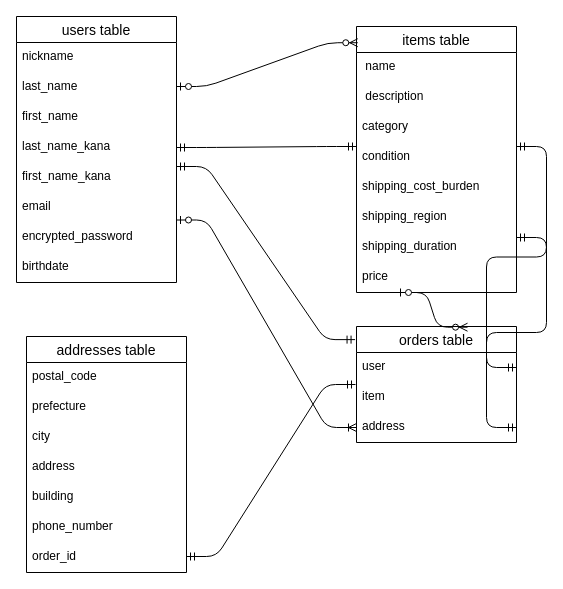
This is ER.dio from ootakito/furima-40505, a draw.io file, before an edit. Source tidied: cells renumbered, new cells numbered last; positions are measured from the earlier drawing's top-left corner, leaving out a move shared by most shapes. Both pictures are drawn from the tidied source at 100%, with x=0, y=0 at pixel (16, 16).
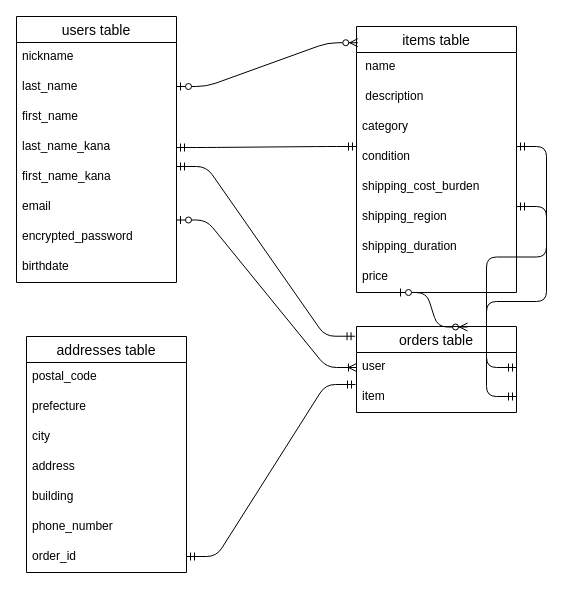
The same page after the edit.

Unchanged cells that the change refers to:
```xml
<mxCell id="22" value="user" style="text;strokeColor=none;fillColor=none;spacingLeft=4;spacingRight=4;overflow=hidden;points=[[0,0.5],[1,0.5]];portConstraint=eastwest;fontSize=12;" parent="21" vertex="1">
  <mxGeometry y="26" width="160" height="30" as="geometry" />
</mxCell>
```

Diff of the diagram source:
```diff
@@
     <mxCell id="21" value="orders table" style="swimlane;fontStyle=0;horizontal=1;startSize=26;align=center;fontSize=14;strokeColor=default;fillColor=none;" parent="1" vertex="1">
-      <mxGeometry x="340" y="310" width="160" height="116" as="geometry" />
+      <mxGeometry x="340" y="310" width="160" height="86" as="geometry" />
     </mxCell>
@@
-    <mxCell id="24" value="address" style="text;strokeColor=none;fillColor=none;spacingLeft=4;spacingRight=4;overflow=hidden;points=[[0,0.5],[1,0.5]];portConstraint=eastwest;fontSize=12;" parent="21" vertex="1">
-      <mxGeometry y="86" width="160" height="30" as="geometry" />
-    </mxCell>
+    <mxCell id="30" style="edgeStyle=entityRelationEdgeStyle;fontSize=12;html=1;endArrow=ERmandOne;startArrow=ERmandOne;exitX=1;exitY=0.5;exitDx=0;exitDy=0;" parent="21" edge="1">
+      <mxGeometry relative="1" as="geometry">
+        <mxPoint x="160" y="-120" as="sourcePoint" />
+        <mxPoint x="160" y="70" as="targetPoint" />
+      </mxGeometry>
+    </mxCell>
@@
-    <mxCell id="27" style="edgeStyle=entityRelationEdgeStyle;fontSize=12;html=1;endArrow=ERoneToMany;startArrow=ERzeroToOne;entryX=0;entryY=0.5;entryDx=0;entryDy=0;" parent="1" edge="1" target="24">
+    <mxCell id="27" style="edgeStyle=entityRelationEdgeStyle;fontSize=12;html=1;endArrow=ERoneToMany;startArrow=ERzeroToOne;entryX=0;entryY=0.5;entryDx=0;entryDy=0;" parent="1" edge="1" target="22">
       <mxGeometry relative="1" as="geometry">
         <mxPoint x="160" y="203.5" as="sourcePoint" />
       </mxGeometry>
     </mxCell>
@@
-    <mxCell id="30" style="edgeStyle=entityRelationEdgeStyle;fontSize=12;html=1;endArrow=ERmandOne;startArrow=ERmandOne;exitX=1;exitY=0.5;exitDx=0;exitDy=0;" parent="1" edge="1">
-      <mxGeometry relative="1" as="geometry">
-        <mxPoint x="500" y="221" as="sourcePoint" />
-        <mxPoint x="500" y="411" as="targetPoint" />
-      </mxGeometry>
-    </mxCell>
```
